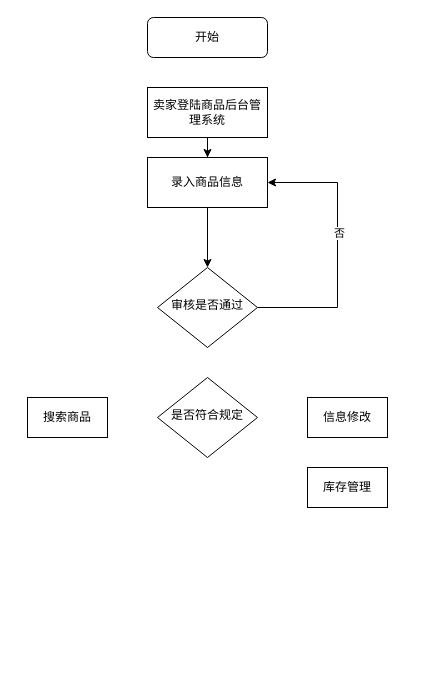
This is 5-2 商品模块流程图.drawio from Joker-5/drawio-repo, a draw.io file, before an edit. Source tidied: cells renumbered, new cells numbered last; positions are measured from the earlier drawing's top-left corner, leaving out a move shared by most shapes. Both pictures are drawn from the tidied source at 100%, with x=0, y=0 at pixel (27, 17).
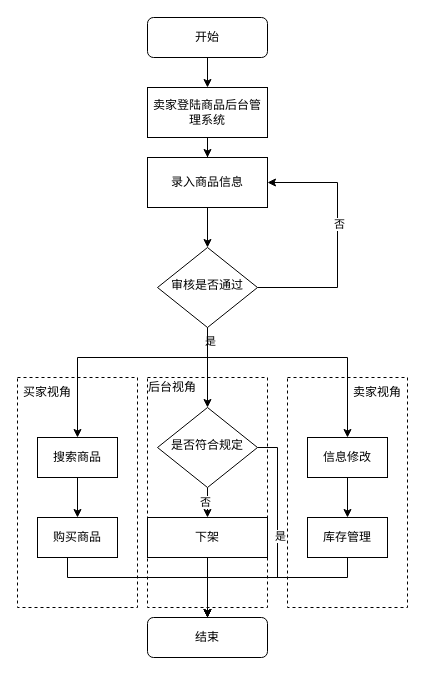
Above is the later version.

Commit message:
更新5-2 商品模块流程图.drawio

Unchanged cells that the change refers to:
```xml
<mxCell id="5" value="开始" style="rounded=1;whiteSpace=wrap;html=1;fontSize=12;glass=0;strokeWidth=1;shadow=0;" parent="1" vertex="1">
  <mxGeometry x="120" width="120" height="40" as="geometry" />
</mxCell>
<mxCell id="7" value="卖家登陆商品后台管理系统" style="rounded=0;whiteSpace=wrap;html=1;" parent="1" vertex="1">
  <mxGeometry x="120" y="70" width="120" height="50" as="geometry" />
</mxCell>
<mxCell id="9" value="录入商品信息" style="rounded=0;whiteSpace=wrap;html=1;" parent="1" vertex="1">
  <mxGeometry x="120" y="140" width="120" height="50" as="geometry" />
</mxCell>
```

What changed in the source:
```diff
@@
+    <mxCell id="14" style="rounded=0;whiteSpace=wrap;html=1;dashed=1;" parent="1" vertex="1">
+      <mxGeometry x="120" y="360" width="120" height="230" as="geometry" />
+    </mxCell>
+    <mxCell id="15" style="rounded=0;whiteSpace=wrap;html=1;dashed=1;" parent="1" vertex="1">
+      <mxGeometry x="260" y="360" width="120" height="230" as="geometry" />
+    </mxCell>
+    <mxCell id="16" style="rounded=0;whiteSpace=wrap;html=1;dashed=1;" parent="1" vertex="1">
+      <mxGeometry x="-10" y="360" width="120" height="230" as="geometry" />
+    </mxCell>
     <mxCell id="2" style="edgeStyle=orthogonalEdgeStyle;rounded=0;jettySize=auto;html=1;exitX=1;exitY=0.5;exitDx=0;exitDy=0;entryX=1;entryY=0.5;entryDx=0;entryDy=0;" parent="1" edge="1" source="4" target="9">
       <mxGeometry relative="1" as="geometry">
         <Array as="points">
-          <mxPoint x="310" y="290" />
+          <mxPoint x="310" y="270" />
           <mxPoint x="310" y="165" />
         </Array>
       </mxGeometry>
     </mxCell>
@@
+    <mxCell id="17" style="edgeStyle=orthogonalEdgeStyle;rounded=0;jettySize=auto;html=1;exitX=0.5;exitY=1;exitDx=0;exitDy=0;" parent="1" edge="1" source="4" target="11">
+      <mxGeometry relative="1" as="geometry" />
+    </mxCell>
+    <mxCell id="18" value="是" style="edgeLabel;html=1;align=center;verticalAlign=middle;" parent="17" vertex="1">
+      <mxGeometry x="-0.68" y="2" relative="1" as="geometry" />
+    </mxCell>
+    <mxCell id="19" style="edgeStyle=orthogonalEdgeStyle;rounded=0;jettySize=auto;html=1;exitX=0.5;exitY=1;exitDx=0;exitDy=0;entryX=0.5;entryY=0;entryDx=0;entryDy=0;" parent="1" edge="1" source="4" target="10">
+      <mxGeometry relative="1" as="geometry">
+        <Array as="points">
+          <mxPoint x="180" y="340" />
+          <mxPoint x="50" y="340" />
+        </Array>
+      </mxGeometry>
+    </mxCell>
+    <mxCell id="20" style="edgeStyle=orthogonalEdgeStyle;rounded=0;jettySize=auto;html=1;exitX=0.5;exitY=1;exitDx=0;exitDy=0;" parent="1" edge="1" source="4" target="12">
+      <mxGeometry relative="1" as="geometry">
+        <Array as="points">
+          <mxPoint x="180" y="340" />
+          <mxPoint x="320" y="340" />
+        </Array>
+      </mxGeometry>
+    </mxCell>
     <mxCell id="4" value="审核是否通过" style="rhombus;whiteSpace=wrap;html=1;shadow=0;fontFamily=Helvetica;fontSize=12;align=center;strokeWidth=1;spacing=6;spacingTop=-4;" parent="1" vertex="1">
-      <mxGeometry x="130" y="250" width="100" height="80" as="geometry" />
+      <mxGeometry x="130" y="230" width="100" height="80" as="geometry" />
     </mxCell>
+    <mxCell id="21" style="edgeStyle=orthogonalEdgeStyle;rounded=0;jettySize=auto;html=1;exitX=0.5;exitY=1;exitDx=0;exitDy=0;entryX=0.5;entryY=0;entryDx=0;entryDy=0;" parent="1" edge="1" source="5" target="7">
+      <mxGeometry relative="1" as="geometry" />
+    </mxCell>
@@
+    <mxCell id="22" style="edgeStyle=orthogonalEdgeStyle;rounded=0;jettySize=auto;html=1;exitX=0.5;exitY=1;exitDx=0;exitDy=0;" parent="1" edge="1" source="10" target="33">
+      <mxGeometry relative="1" as="geometry" />
+    </mxCell>
     <mxCell id="10" value="搜索商品" style="rounded=0;whiteSpace=wrap;html=1;" parent="1" vertex="1">
-      <mxGeometry y="380" width="80" height="40" as="geometry" />
+      <mxGeometry x="10" y="420" width="80" height="40" as="geometry" />
     </mxCell>
+    <mxCell id="23" style="edgeStyle=orthogonalEdgeStyle;rounded=0;jettySize=auto;html=1;exitX=1;exitY=0.5;exitDx=0;exitDy=0;entryX=0.5;entryY=0;entryDx=0;entryDy=0;" parent="1" edge="1" source="11" target="31">
+      <mxGeometry relative="1" as="geometry">
+        <Array as="points">
+          <mxPoint x="250" y="430" />
+          <mxPoint x="250" y="560" />
+          <mxPoint x="180" y="560" />
+        </Array>
+      </mxGeometry>
+    </mxCell>
+    <mxCell id="24" value="是" style="edgeLabel;html=1;align=center;verticalAlign=middle;" parent="23" vertex="1">
+      <mxGeometry x="-0.17" y="2" relative="1" as="geometry" />
+    </mxCell>
+    <mxCell id="25" style="edgeStyle=orthogonalEdgeStyle;rounded=0;jettySize=auto;html=1;exitX=0.5;exitY=1;exitDx=0;exitDy=0;entryX=0.5;entryY=0;entryDx=0;entryDy=0;" parent="1" edge="1" source="11" target="30">
+      <mxGeometry relative="1" as="geometry" />
+    </mxCell>
+    <mxCell id="26" value="否" style="edgeLabel;html=1;align=center;verticalAlign=middle;" parent="25" vertex="1">
+      <mxGeometry x="-0.07" y="-3" relative="1" as="geometry" />
+    </mxCell>
     <mxCell id="11" value="是否符合规定" style="rhombus;whiteSpace=wrap;html=1;shadow=0;fontFamily=Helvetica;fontSize=12;align=center;strokeWidth=1;spacing=6;spacingTop=-4;" parent="1" vertex="1">
-      <mxGeometry x="130" y="360" width="100" height="80" as="geometry" />
+      <mxGeometry x="130" y="390" width="100" height="80" as="geometry" />
     </mxCell>
+    <mxCell id="27" style="edgeStyle=orthogonalEdgeStyle;rounded=0;jettySize=auto;html=1;exitX=0.5;exitY=1;exitDx=0;exitDy=0;" parent="1" edge="1" source="12" target="13">
+      <mxGeometry relative="1" as="geometry" />
+    </mxCell>
     <mxCell id="12" value="信息修改" style="rounded=0;whiteSpace=wrap;html=1;" parent="1" vertex="1">
-      <mxGeometry x="280" y="380" width="80" height="40" as="geometry" />
+      <mxGeometry x="280" y="420" width="80" height="40" as="geometry" />
     </mxCell>
+    <mxCell id="28" style="edgeStyle=orthogonalEdgeStyle;rounded=0;jettySize=auto;html=1;exitX=0.5;exitY=1;exitDx=0;exitDy=0;" parent="1" edge="1" source="13" target="31">
+      <mxGeometry relative="1" as="geometry">
+        <Array as="points">
+          <mxPoint x="320" y="560" />
+          <mxPoint x="180" y="560" />
+        </Array>
+      </mxGeometry>
+    </mxCell>
     <mxCell id="13" value="库存管理" style="rounded=0;whiteSpace=wrap;html=1;" parent="1" vertex="1">
-      <mxGeometry x="280" y="450" width="80" height="40" as="geometry" />
+      <mxGeometry x="280" y="500" width="80" height="40" as="geometry" />
     </mxCell>
+    <mxCell id="29" style="edgeStyle=orthogonalEdgeStyle;rounded=0;jettySize=auto;html=1;exitX=0.5;exitY=1;exitDx=0;exitDy=0;" parent="1" edge="1" source="30" target="31">
+      <mxGeometry relative="1" as="geometry" />
+    </mxCell>
+    <mxCell id="30" value="下架" style="rounded=0;whiteSpace=wrap;html=1;" parent="1" vertex="1">
+      <mxGeometry x="120" y="500" width="120" height="40" as="geometry" />
+    </mxCell>
+    <mxCell id="31" value="结束" style="rounded=1;whiteSpace=wrap;html=1;fontSize=12;glass=0;strokeWidth=1;shadow=0;" parent="1" vertex="1">
+      <mxGeometry x="120" y="600" width="120" height="40" as="geometry" />
+    </mxCell>
+    <mxCell id="32" style="edgeStyle=orthogonalEdgeStyle;rounded=0;jettySize=auto;html=1;exitX=0.5;exitY=1;exitDx=0;exitDy=0;entryX=0.5;entryY=0;entryDx=0;entryDy=0;" parent="1" edge="1" source="33" target="31">
+      <mxGeometry relative="1" as="geometry">
+        <Array as="points">
+          <mxPoint x="40" y="560" />
+          <mxPoint x="180" y="560" />
+        </Array>
+      </mxGeometry>
+    </mxCell>
+    <mxCell id="33" value="购买商品" style="rounded=0;whiteSpace=wrap;html=1;" parent="1" vertex="1">
+      <mxGeometry x="10" y="500" width="80" height="40" as="geometry" />
+    </mxCell>
+    <mxCell id="34" value="买家视角" style="text;html=1;strokeColor=none;fillColor=none;align=center;verticalAlign=middle;whiteSpace=wrap;rounded=0;" parent="1" vertex="1">
+      <mxGeometry x="-10" y="360" width="60" height="30" as="geometry" />
+    </mxCell>
+    <mxCell id="35" value="卖家视角" style="text;html=1;strokeColor=none;fillColor=none;align=center;verticalAlign=middle;whiteSpace=wrap;rounded=0;" parent="1" vertex="1">
+      <mxGeometry x="320" y="360" width="60" height="30" as="geometry" />
+    </mxCell>
+    <mxCell id="36" value="后台视角" style="text;html=1;strokeColor=none;fillColor=none;align=center;verticalAlign=middle;whiteSpace=wrap;rounded=0;" parent="1" vertex="1">
+      <mxGeometry x="120" y="360" width="50" height="20" as="geometry" />
+    </mxCell>
```
